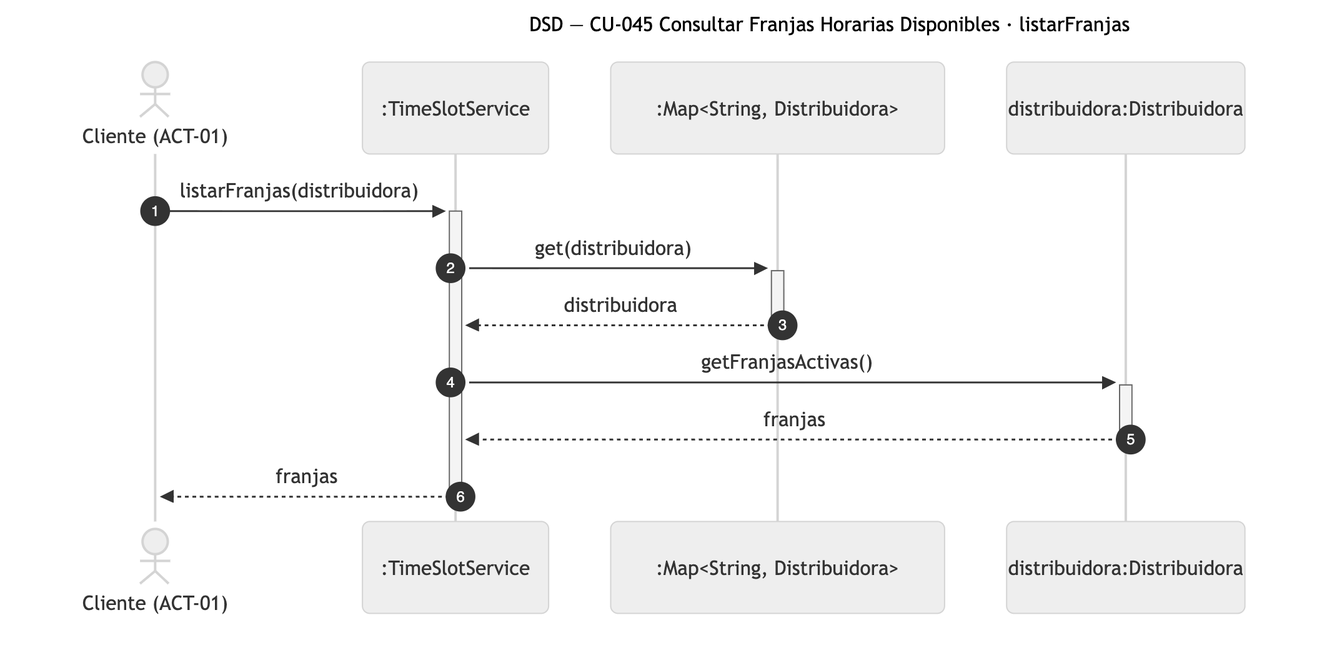
The Mermaid diagram diagramas/png/DSD_CU-045_listarFranjas.png in Nahuelito-Dev/splg-docs, before a commit. Its source is kept beside it as diagramas/DSD_CU-045_listarFranjas.mmd.
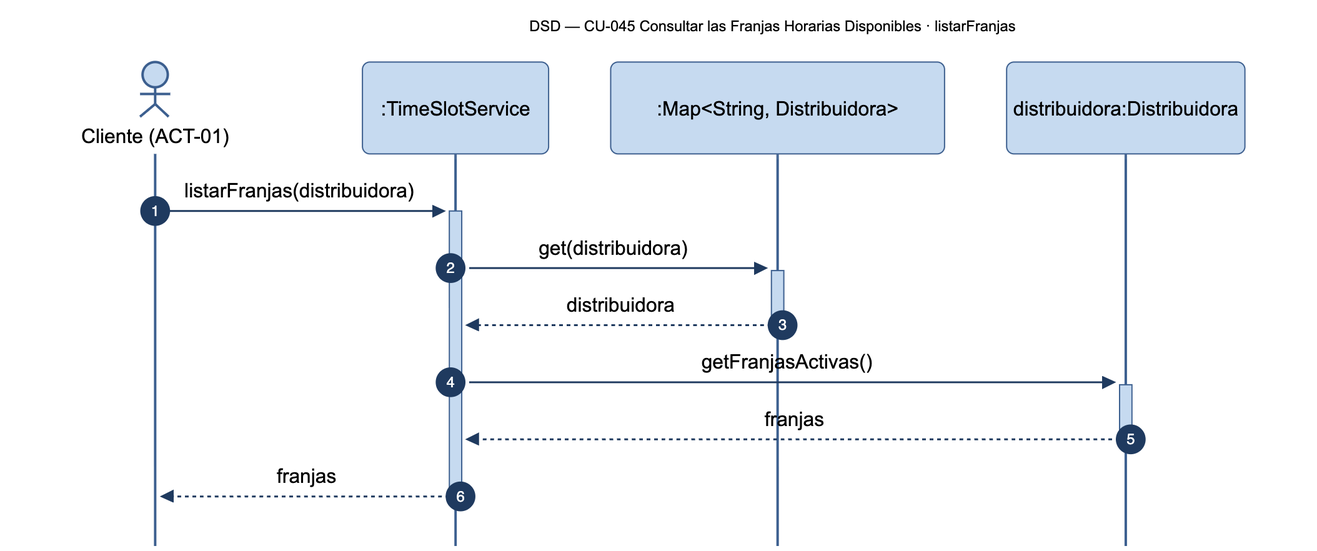
The same diagram one commit later.

What changed in the source:
```diff
@@ -1,5 +1,5 @@
 sequenceDiagram
-    title DSD — CU-045 Consultar Franjas Horarias Disponibles · listarFranjas
+    title DSD — CU-045 Consultar las Franjas Horarias Disponibles · listarFranjas
     autonumber
     actor CLI as Cliente (ACT-01)
     participant SRV as :TimeSlotService
```
